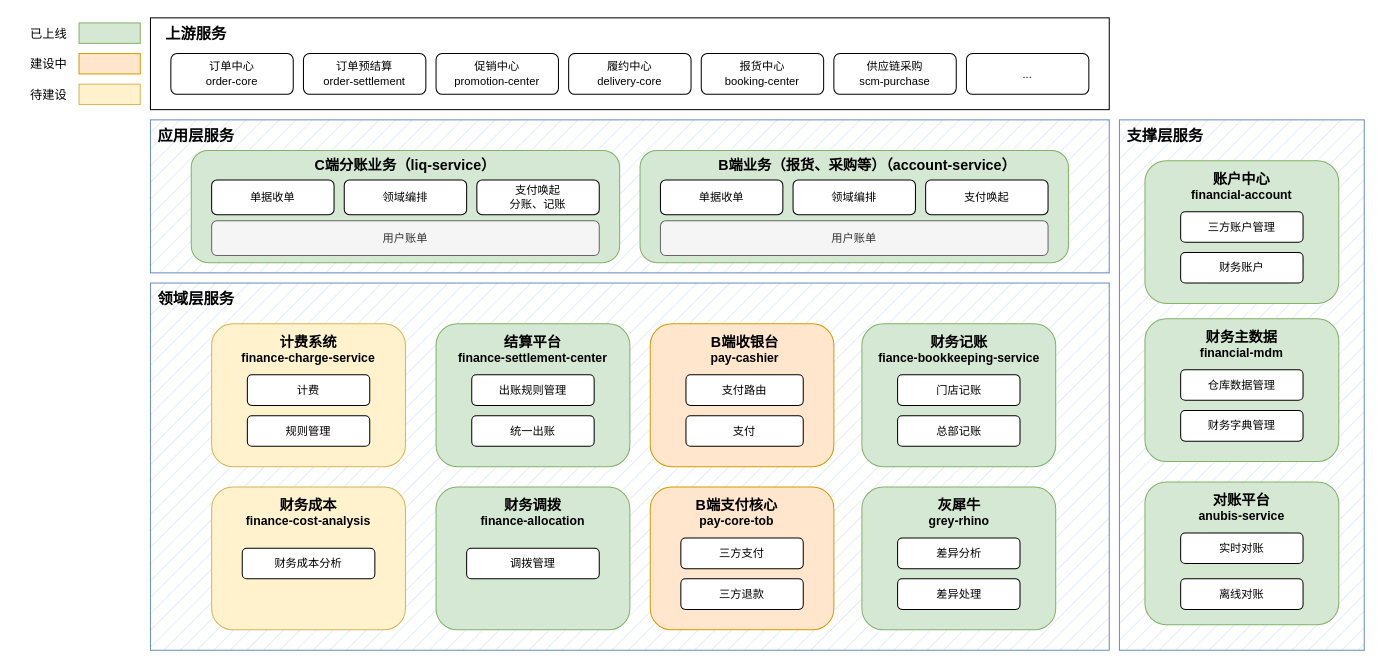
Earlier version of the draw.io diagram page "系统架构图" (2 of 5) of C端清洁算架构.drawio (JannLim/design). Source tidied: cells renumbered, new cells numbered last; positions are measured from the earlier drawing's top-left corner, leaving out a move shared by most shapes. Both pictures are drawn from the tidied source at 102%, with x=0, y=0 at pixel (17, 17).
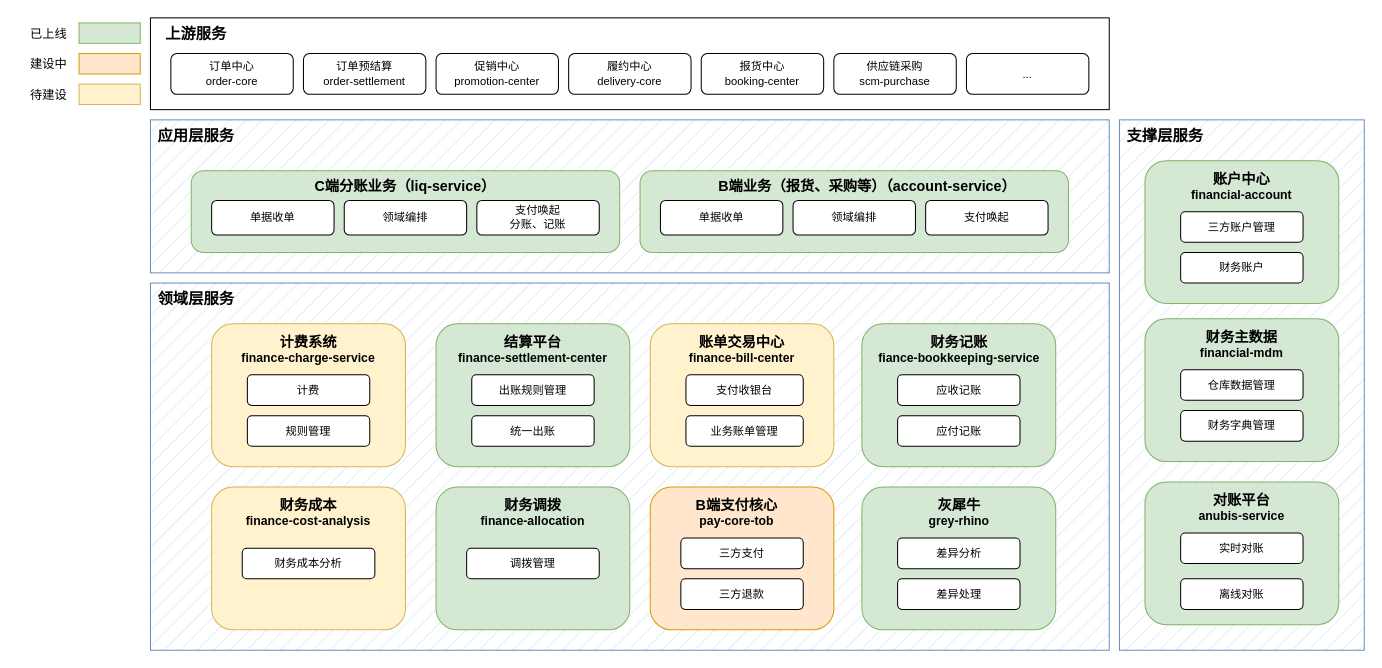
The same page after the edit.

Diff of the diagram source:
```diff
@@
     <mxCell id="13" style="rounded=1;whiteSpace=wrap;html=1;fillStyle=auto;fontSize=11;fillColor=#d5e8d4;strokeColor=#82b366;" parent="1" vertex="1">
-      <mxGeometry x="170" y="130" width="420" height="110" as="geometry" />
+      <mxGeometry x="170" y="150" width="420" height="80" as="geometry" />
     </mxCell>
@@
     <mxCell id="15" style="rounded=1;whiteSpace=wrap;html=1;fillStyle=auto;fontSize=11;fillColor=#d5e8d4;strokeColor=#82b366;" parent="1" vertex="1">
-      <mxGeometry x="610" y="130" width="420" height="110" as="geometry" />
+      <mxGeometry x="610" y="150" width="420" height="80" as="geometry" />
     </mxCell>
@@
     <mxCell id="17" value="&lt;font style=&quot;font-size: 14px;&quot;&gt;&lt;b&gt;C端分账业务（&lt;/b&gt;&lt;b&gt;liq-service&lt;/b&gt;&lt;b&gt;）&lt;/b&gt;&lt;/font&gt;" style="text;html=1;strokeColor=none;fillColor=none;align=center;verticalAlign=middle;whiteSpace=wrap;rounded=0;fillStyle=hatch;" parent="1" vertex="1">
-      <mxGeometry x="280" y="130" width="200" height="30" as="geometry" />
+      <mxGeometry x="280" y="150" width="200" height="30" as="geometry" />
     </mxCell>
     <mxCell id="18" value="单据收单" style="rounded=1;whiteSpace=wrap;html=1;fillStyle=auto;fontSize=11;" parent="1" vertex="1">
-      <mxGeometry x="190" y="159" width="120" height="34" as="geometry" />
+      <mxGeometry x="190" y="179" width="120" height="34" as="geometry" />
     </mxCell>
     <mxCell id="19" value="领域编排" style="rounded=1;whiteSpace=wrap;html=1;fillStyle=auto;fontSize=11;" parent="1" vertex="1">
-      <mxGeometry x="320" y="159" width="120" height="34" as="geometry" />
+      <mxGeometry x="320" y="179" width="120" height="34" as="geometry" />
     </mxCell>
     <mxCell id="20" value="支付唤起&lt;br&gt;分账、记账" style="rounded=1;whiteSpace=wrap;html=1;fillStyle=auto;fontSize=11;" parent="1" vertex="1">
-      <mxGeometry x="450" y="159" width="120" height="34" as="geometry" />
+      <mxGeometry x="450" y="179" width="120" height="34" as="geometry" />
     </mxCell>
     <mxCell id="21" value="&lt;span style=&quot;font-size: 14px;&quot;&gt;&lt;b&gt;B端业务（报货、采购等）（account-service）&lt;/b&gt;&lt;/span&gt;" style="text;html=1;strokeColor=none;fillColor=none;align=center;verticalAlign=middle;whiteSpace=wrap;rounded=0;fillStyle=hatch;" parent="1" vertex="1">
-      <mxGeometry x="677.5" y="130" width="310" height="30" as="geometry" />
+      <mxGeometry x="677.5" y="150" width="310" height="30" as="geometry" />
     </mxCell>
     <mxCell id="22" value="单据收单" style="rounded=1;whiteSpace=wrap;html=1;fillStyle=auto;fontSize=11;" parent="1" vertex="1">
-      <mxGeometry x="630" y="159" width="120" height="34" as="geometry" />
+      <mxGeometry x="630" y="179" width="120" height="34" as="geometry" />
     </mxCell>
     <mxCell id="23" value="领域编排" style="rounded=1;whiteSpace=wrap;html=1;fillStyle=auto;fontSize=11;" parent="1" vertex="1">
-      <mxGeometry x="760" y="159" width="120" height="34" as="geometry" />
+      <mxGeometry x="760" y="179" width="120" height="34" as="geometry" />
     </mxCell>
     <mxCell id="24" value="支付唤起" style="rounded=1;whiteSpace=wrap;html=1;fillStyle=auto;fontSize=11;" parent="1" vertex="1">
-      <mxGeometry x="890" y="159" width="120" height="34" as="geometry" />
+      <mxGeometry x="890" y="179" width="120" height="34" as="geometry" />
     </mxCell>
@@
-    <mxCell id="33" style="rounded=1;whiteSpace=wrap;html=1;fillStyle=auto;fontSize=11;fillColor=#ffe6cc;strokeColor=#d79b00;" parent="1" vertex="1">
+    <mxCell id="33" style="rounded=1;whiteSpace=wrap;html=1;fillStyle=auto;fontSize=11;fillColor=#fff2cc;strokeColor=#d6b656;" parent="1" vertex="1">
       <mxGeometry x="620" y="300" width="180" height="140" as="geometry" />
     </mxCell>
-    <mxCell id="34" value="支付路由" style="rounded=1;whiteSpace=wrap;html=1;fillStyle=auto;fontSize=11;" parent="1" vertex="1">
+    <mxCell id="34" value="支付收银台" style="rounded=1;whiteSpace=wrap;html=1;fillStyle=auto;fontSize=11;" parent="1" vertex="1">
       <mxGeometry x="655" y="350" width="115" height="30" as="geometry" />
     </mxCell>
-    <mxCell id="35" value="&lt;span style=&quot;font-size: 14px;&quot;&gt;&lt;b&gt;B端收银台&lt;br&gt;&lt;/b&gt;&lt;/span&gt;&lt;b&gt;pay-cashier&lt;/b&gt;" style="text;html=1;strokeColor=none;fillColor=none;align=center;verticalAlign=middle;whiteSpace=wrap;rounded=0;fillStyle=hatch;" parent="1" vertex="1">
-      <mxGeometry x="662.5" y="300" width="100" height="50" as="geometry" />
+    <mxCell id="35" value="&lt;span style=&quot;font-size: 14px;&quot;&gt;&lt;b&gt;账单交易中心&lt;br&gt;&lt;/b&gt;&lt;/span&gt;&lt;b&gt;finance-bill-center&lt;/b&gt;" style="text;html=1;strokeColor=none;fillColor=none;align=center;verticalAlign=middle;whiteSpace=wrap;rounded=0;fillStyle=hatch;" parent="1" vertex="1">
+      <mxGeometry x="640" y="300" width="140" height="50" as="geometry" />
     </mxCell>
-    <mxCell id="36" value="支付" style="rounded=1;whiteSpace=wrap;html=1;fillStyle=auto;fontSize=11;" parent="1" vertex="1">
+    <mxCell id="36" value="业务账单管理" style="rounded=1;whiteSpace=wrap;html=1;fillStyle=auto;fontSize=11;" parent="1" vertex="1">
       <mxGeometry x="655" y="390" width="115" height="30" as="geometry" />
     </mxCell>
@@
-    <mxCell id="39" value="门店记账" style="rounded=1;whiteSpace=wrap;html=1;fillStyle=auto;fontSize=11;" parent="1" vertex="1">
+    <mxCell id="39" value="应收记账" style="rounded=1;whiteSpace=wrap;html=1;fillStyle=auto;fontSize=11;" parent="1" vertex="1">
       <mxGeometry x="862.5" y="350" width="120" height="30" as="geometry" />
     </mxCell>
-    <mxCell id="40" value="总部记账" style="rounded=1;whiteSpace=wrap;html=1;fillStyle=auto;fontSize=11;" parent="1" vertex="1">
+    <mxCell id="40" value="应付记账" style="rounded=1;whiteSpace=wrap;html=1;fillStyle=auto;fontSize=11;" parent="1" vertex="1">
       <mxGeometry x="862.5" y="390" width="120" height="30" as="geometry" />
     </mxCell>
@@
-    <mxCell id="75" value="用户账单" style="rounded=1;whiteSpace=wrap;html=1;fillStyle=auto;fontSize=11;fillColor=#f5f5f5;strokeColor=#666666;fontColor=#333333;" parent="1" vertex="1">
-      <mxGeometry x="190" y="199" width="380" height="34" as="geometry" />
-    </mxCell>
-    <mxCell id="76" value="用户账单" style="rounded=1;whiteSpace=wrap;html=1;fillStyle=auto;fontSize=11;fillColor=#f5f5f5;strokeColor=#666666;fontColor=#333333;" parent="1" vertex="1">
-      <mxGeometry x="630" y="199" width="380" height="34" as="geometry" />
-    </mxCell>
```
